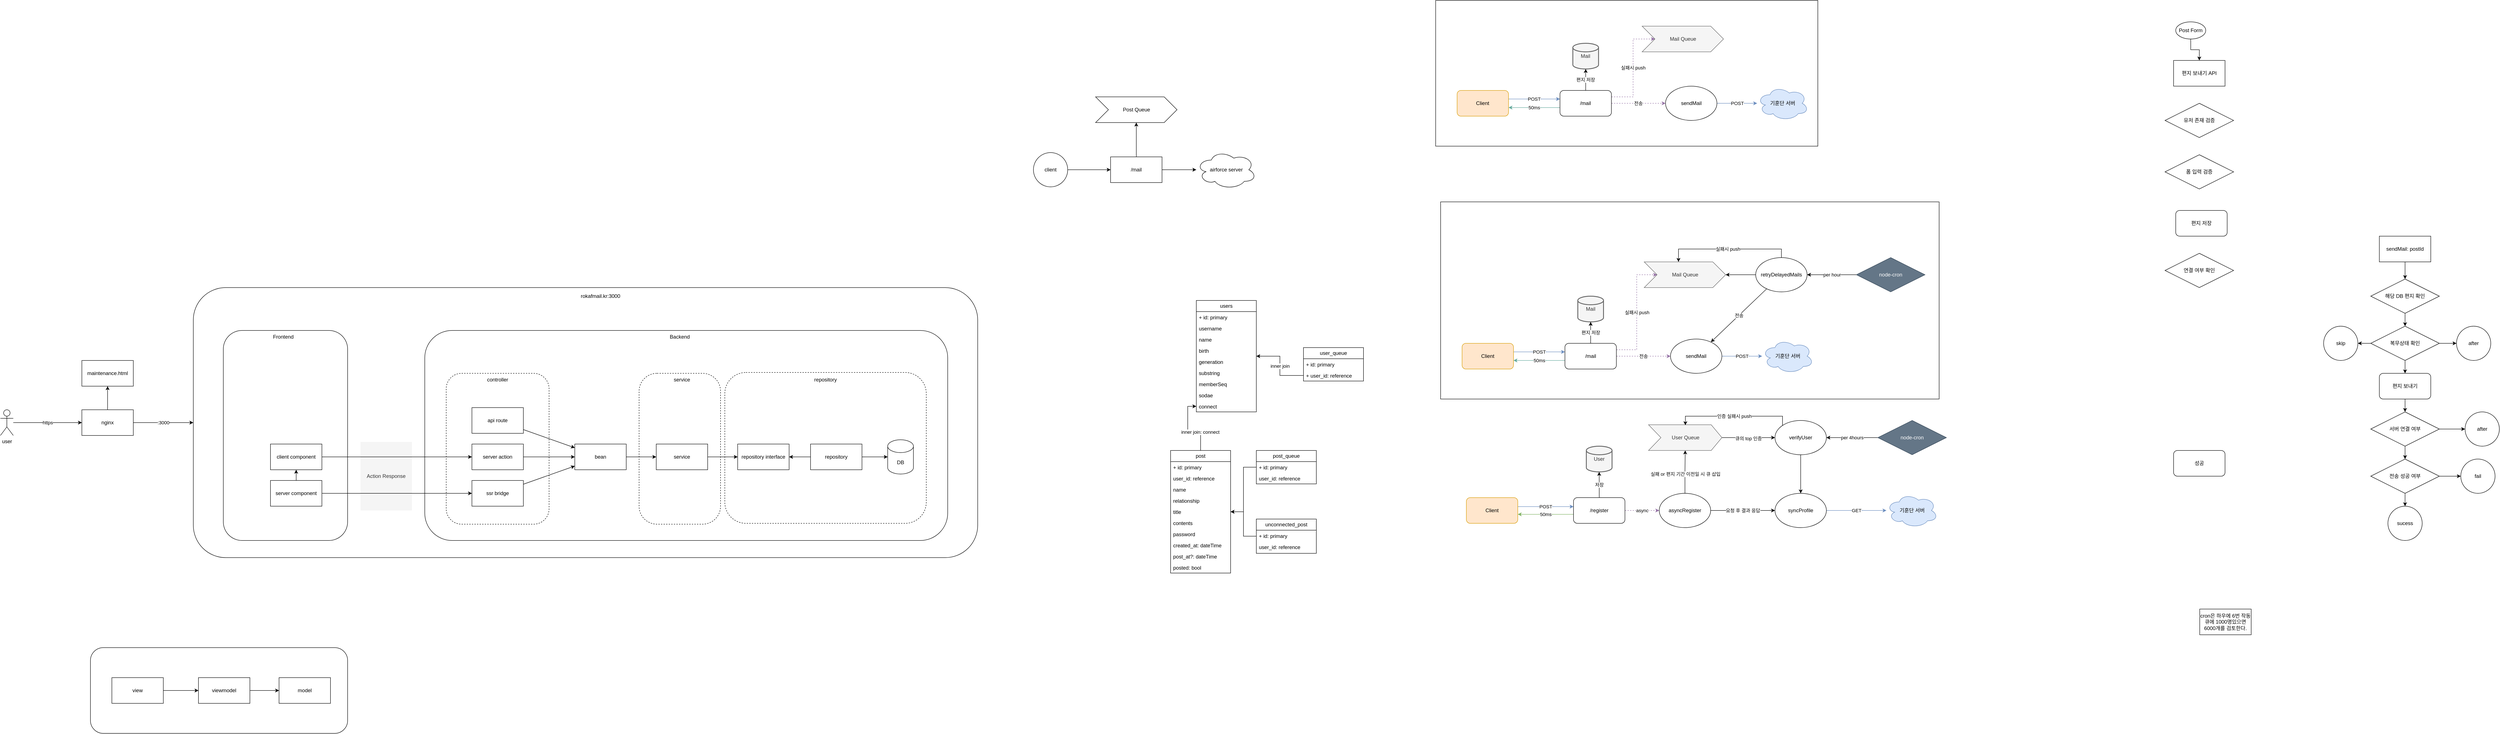
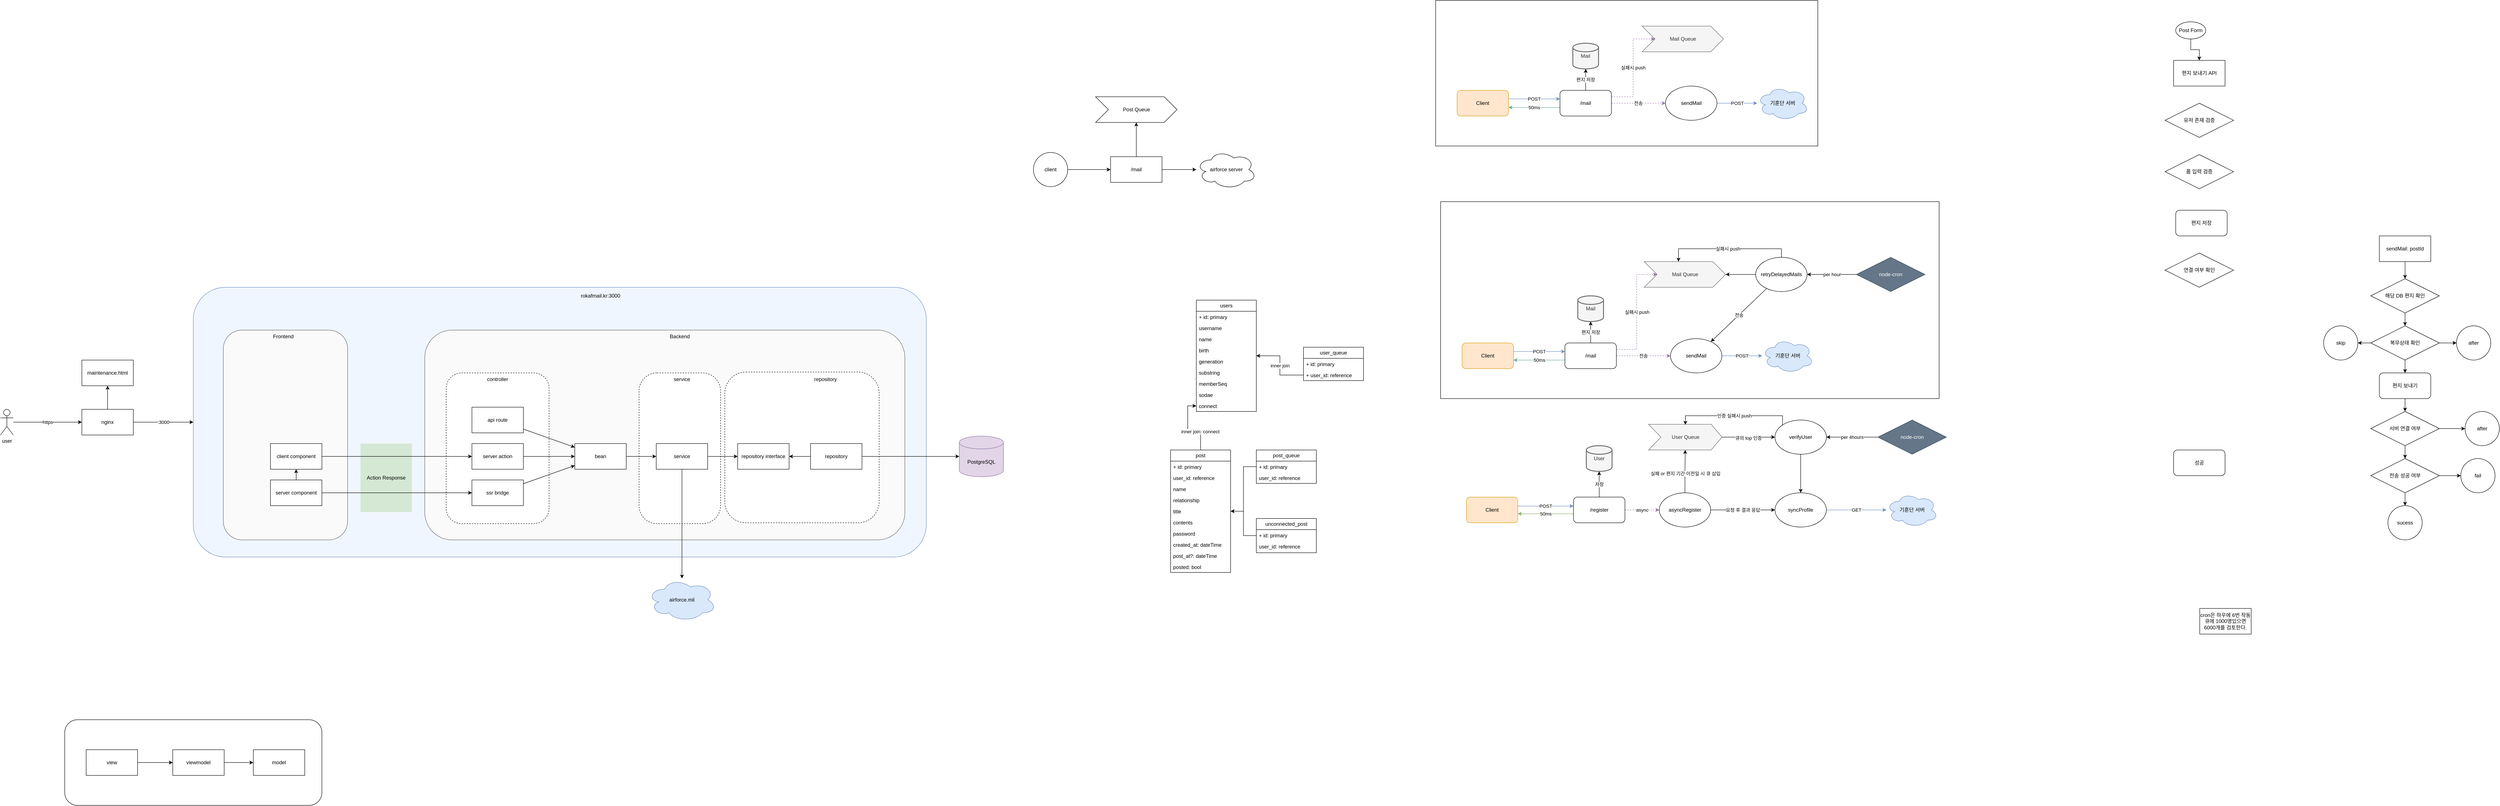
- <mxfile host="app.diagrams.net" modified="2024-07-10T10:42:31.530Z" agent="Mozilla/5.0 (Windows NT 10.0; Win64; x64) AppleWebKit/537.36 (KHTML, like Gecko) Chrome/98.0.4758.102 Safari/537.36" etag="iwthqdEr8a7bAAAJwlnp" version="24.6.4" type="github">
+ <mxfile host="app.diagrams.net" modified="2024-07-10T10:47:14.917Z" agent="Mozilla/5.0 (Windows NT 10.0; Win64; x64) AppleWebKit/537.36 (KHTML, like Gecko) Chrome/98.0.4758.102 Safari/537.36" etag="qN8bUa4Vyy0IgIf4132D" version="24.6.4" type="github">
  <diagram name="페이지-1" id="YYIqQqlZSumYDMB_ZiYN">
-     <mxGraphModel dx="5915" dy="2558" grid="1" gridSize="10" guides="1" tooltips="1" connect="1" arrows="1" fold="1" page="1" pageScale="1" pageWidth="827" pageHeight="1169" math="0" shadow="0">
+     <mxGraphModel dx="5101" dy="2124" grid="1" gridSize="10" guides="1" tooltips="1" connect="1" arrows="1" fold="1" page="1" pageScale="1" pageWidth="827" pageHeight="1169" math="0" shadow="0">
      <root>
        <mxCell id="0" />
        <mxCell id="1" parent="0" />
        <mxCell id="HjyYQR78wkuJb60IUFvB-73" value="" style="rounded=1;whiteSpace=wrap;html=1;arcSize=15;" parent="1" vertex="1">
-           <mxGeometry x="-2440" y="1060" width="600" height="200" as="geometry" />
-         </mxCell>
-         <mxCell id="HjyYQR78wkuJb60IUFvB-56" value="" style="rounded=1;whiteSpace=wrap;html=1;arcSize=12;" parent="1" vertex="1">
-           <mxGeometry x="-2200" y="220" width="1830" height="630" as="geometry" />
-         </mxCell>
-         <mxCell id="HjyYQR78wkuJb60IUFvB-39" value="" style="rounded=1;whiteSpace=wrap;html=1;arcSize=15;" parent="1" vertex="1">
+           <mxGeometry x="-2500" y="1230" width="600" height="200" as="geometry" />
+         </mxCell>
+         <mxCell id="HjyYQR78wkuJb60IUFvB-56" value="" style="rounded=1;whiteSpace=wrap;html=1;arcSize=12;fillColor=#f0f6ff;strokeColor=#6c8ebf;" parent="1" vertex="1">
+           <mxGeometry x="-2200" y="220" width="1710" height="630" as="geometry" />
+         </mxCell>
+         <mxCell id="HjyYQR78wkuJb60IUFvB-39" value="" style="rounded=1;whiteSpace=wrap;html=1;arcSize=15;fillColor=#fafafa;fontColor=#333333;strokeColor=#666666;" parent="1" vertex="1">
          <mxGeometry x="-2130" y="320" width="290" height="490" as="geometry" />
        </mxCell>
-         <mxCell id="HjyYQR78wkuJb60IUFvB-35" value="" style="rounded=1;whiteSpace=wrap;html=1;arcSize=13;" parent="1" vertex="1">
-           <mxGeometry x="-1660" y="320" width="1220" height="490" as="geometry" />
+         <mxCell id="HjyYQR78wkuJb60IUFvB-35" value="" style="rounded=1;whiteSpace=wrap;html=1;arcSize=13;fillColor=#FAFAFA;fontColor=#333333;strokeColor=#666666;" parent="1" vertex="1">
+           <mxGeometry x="-1660" y="320" width="1120" height="490" as="geometry" />
        </mxCell>
        <mxCell id="HjyYQR78wkuJb60IUFvB-37" value="" style="rounded=1;whiteSpace=wrap;html=1;dashed=1;arcSize=22;" parent="1" vertex="1">
          <mxGeometry x="-1160" y="420" width="190" height="352" as="geometry" />
        </mxCell>
        <mxCell id="HjyYQR78wkuJb60IUFvB-32" value="" style="rounded=1;whiteSpace=wrap;html=1;dashed=1;arcSize=14;" parent="1" vertex="1">
-           <mxGeometry x="-960" y="418" width="470" height="352" as="geometry" />
+           <mxGeometry x="-960" y="418" width="360" height="352" as="geometry" />
        </mxCell>
        <mxCell id="HjyYQR78wkuJb60IUFvB-33" value="repository" style="text;html=1;align=center;verticalAlign=middle;whiteSpace=wrap;rounded=0;" parent="1" vertex="1">
          <mxGeometry x="-755" y="420" width="60" height="30" as="geometry" />
        </mxCell>
        <mxCell id="HjyYQR78wkuJb60IUFvB-30" value="" style="rounded=1;whiteSpace=wrap;html=1;dashed=1;" parent="1" vertex="1">
          <mxGeometry x="-1610" y="420" width="240" height="352" as="geometry" />
        </mxCell>
        <mxCell id="cLTC8Ta03XSz9wgc8oL8-10" value="" style="rounded=0;whiteSpace=wrap;html=1;" parent="1" vertex="1">
          <mxGeometry x="710" y="20" width="1163" height="460" as="geometry" />
        </mxCell>
        <mxCell id="AZsRamwOxZUp80OkMe_C-2" value="users" style="swimlane;fontStyle=0;childLayout=stackLayout;horizontal=1;startSize=26;fillColor=none;horizontalStack=0;resizeParent=1;resizeParentMax=0;resizeLast=0;collapsible=1;marginBottom=0;whiteSpace=wrap;html=1;" parent="1" vertex="1">
          <mxGeometry x="140" y="250" width="140" height="260" as="geometry" />
        </mxCell>
        <mxCell id="AZsRamwOxZUp80OkMe_C-3" value="+ id: primary" style="text;strokeColor=none;fillColor=none;align=left;verticalAlign=top;spacingLeft=4;spacingRight=4;overflow=hidden;rotatable=0;points=[[0,0.5],[1,0.5]];portConstraint=eastwest;whiteSpace=wrap;html=1;" parent="AZsRamwOxZUp80OkMe_C-2" vertex="1">
          <mxGeometry y="26" width="140" height="26" as="geometry" />
        </mxCell>
        <mxCell id="AZsRamwOxZUp80OkMe_C-4" value="username" style="text;strokeColor=none;fillColor=none;align=left;verticalAlign=top;spacingLeft=4;spacingRight=4;overflow=hidden;rotatable=0;points=[[0,0.5],[1,0.5]];portConstraint=eastwest;whiteSpace=wrap;html=1;" parent="AZsRamwOxZUp80OkMe_C-2" vertex="1">
          <mxGeometry y="52" width="140" height="26" as="geometry" />
        </mxCell>
        <mxCell id="AZsRamwOxZUp80OkMe_C-5" value="name" style="text;strokeColor=none;fillColor=none;align=left;verticalAlign=top;spacingLeft=4;spacingRight=4;overflow=hidden;rotatable=0;points=[[0,0.5],[1,0.5]];portConstraint=eastwest;whiteSpace=wrap;html=1;" parent="AZsRamwOxZUp80OkMe_C-2" vertex="1">
          <mxGeometry y="78" width="140" height="26" as="geometry" />
        </mxCell>
        <mxCell id="AZsRamwOxZUp80OkMe_C-10" value="birth" style="text;strokeColor=none;fillColor=none;align=left;verticalAlign=top;spacingLeft=4;spacingRight=4;overflow=hidden;rotatable=0;points=[[0,0.5],[1,0.5]];portConstraint=eastwest;whiteSpace=wrap;html=1;" parent="AZsRamwOxZUp80OkMe_C-2" vertex="1">
          <mxGeometry y="104" width="140" height="26" as="geometry" />
        </mxCell>
        <mxCell id="AZsRamwOxZUp80OkMe_C-11" value="generation" style="text;strokeColor=none;fillColor=none;align=left;verticalAlign=top;spacingLeft=4;spacingRight=4;overflow=hidden;rotatable=0;points=[[0,0.5],[1,0.5]];portConstraint=eastwest;whiteSpace=wrap;html=1;" parent="AZsRamwOxZUp80OkMe_C-2" vertex="1">
          <mxGeometry y="130" width="140" height="26" as="geometry" />
        </mxCell>
        <mxCell id="AZsRamwOxZUp80OkMe_C-12" value="substring" style="text;strokeColor=none;fillColor=none;align=left;verticalAlign=top;spacingLeft=4;spacingRight=4;overflow=hidden;rotatable=0;points=[[0,0.5],[1,0.5]];portConstraint=eastwest;whiteSpace=wrap;html=1;" parent="AZsRamwOxZUp80OkMe_C-2" vertex="1">
          <mxGeometry y="156" width="140" height="26" as="geometry" />
        </mxCell>
        <mxCell id="AZsRamwOxZUp80OkMe_C-15" value="memberSeq" style="text;strokeColor=none;fillColor=none;align=left;verticalAlign=top;spacingLeft=4;spacingRight=4;overflow=hidden;rotatable=0;points=[[0,0.5],[1,0.5]];portConstraint=eastwest;whiteSpace=wrap;html=1;" parent="AZsRamwOxZUp80OkMe_C-2" vertex="1">
          <mxGeometry y="182" width="140" height="26" as="geometry" />
        </mxCell>
        <mxCell id="AZsRamwOxZUp80OkMe_C-14" value="sodae" style="text;strokeColor=none;fillColor=none;align=left;verticalAlign=top;spacingLeft=4;spacingRight=4;overflow=hidden;rotatable=0;points=[[0,0.5],[1,0.5]];portConstraint=eastwest;whiteSpace=wrap;html=1;" parent="AZsRamwOxZUp80OkMe_C-2" vertex="1">
          <mxGeometry y="208" width="140" height="26" as="geometry" />
        </mxCell>
        <mxCell id="AZsRamwOxZUp80OkMe_C-16" value="connect" style="text;strokeColor=none;fillColor=none;align=left;verticalAlign=top;spacingLeft=4;spacingRight=4;overflow=hidden;rotatable=0;points=[[0,0.5],[1,0.5]];portConstraint=eastwest;whiteSpace=wrap;html=1;" parent="AZsRamwOxZUp80OkMe_C-2" vertex="1">
          <mxGeometry y="234" width="140" height="26" as="geometry" />
        </mxCell>
        <mxCell id="AZsRamwOxZUp80OkMe_C-6" value="user_queue" style="swimlane;fontStyle=0;childLayout=stackLayout;horizontal=1;startSize=26;fillColor=none;horizontalStack=0;resizeParent=1;resizeParentMax=0;resizeLast=0;collapsible=1;marginBottom=0;whiteSpace=wrap;html=1;" parent="1" vertex="1">
          <mxGeometry x="390" y="360" width="140" height="78" as="geometry" />
        </mxCell>
        <mxCell id="AZsRamwOxZUp80OkMe_C-18" value="+ id: primary" style="text;strokeColor=none;fillColor=none;align=left;verticalAlign=top;spacingLeft=4;spacingRight=4;overflow=hidden;rotatable=0;points=[[0,0.5],[1,0.5]];portConstraint=eastwest;whiteSpace=wrap;html=1;" parent="AZsRamwOxZUp80OkMe_C-6" vertex="1">
          <mxGeometry y="26" width="140" height="26" as="geometry" />
        </mxCell>
        <mxCell id="AZsRamwOxZUp80OkMe_C-7" value="+ user_id: reference" style="text;strokeColor=none;fillColor=none;align=left;verticalAlign=top;spacingLeft=4;spacingRight=4;overflow=hidden;rotatable=0;points=[[0,0.5],[1,0.5]];portConstraint=eastwest;whiteSpace=wrap;html=1;" parent="AZsRamwOxZUp80OkMe_C-6" vertex="1">
          <mxGeometry y="52" width="140" height="26" as="geometry" />
        </mxCell>
        <mxCell id="AZsRamwOxZUp80OkMe_C-19" value="inner join" style="edgeStyle=orthogonalEdgeStyle;rounded=0;orthogonalLoop=1;jettySize=auto;html=1;" parent="1" source="AZsRamwOxZUp80OkMe_C-7" target="AZsRamwOxZUp80OkMe_C-2" edge="1">
          <mxGeometry relative="1" as="geometry" />
        </mxCell>
        <mxCell id="F6sanjwA14LKa2ckui42-2" style="edgeStyle=orthogonalEdgeStyle;rounded=0;orthogonalLoop=1;jettySize=auto;html=1;" parent="1" source="AZsRamwOxZUp80OkMe_C-20" target="AZsRamwOxZUp80OkMe_C-16" edge="1">
          <mxGeometry relative="1" as="geometry" />
        </mxCell>
        <mxCell id="F6sanjwA14LKa2ckui42-3" value="inner join: connect" style="edgeLabel;html=1;align=center;verticalAlign=middle;resizable=0;points=[];" parent="F6sanjwA14LKa2ckui42-2" vertex="1" connectable="0">
          <mxGeometry x="-0.4284" y="1" relative="1" as="geometry">
            <mxPoint as="offset" />
          </mxGeometry>
        </mxCell>
        <mxCell id="AZsRamwOxZUp80OkMe_C-20" value="post" style="swimlane;fontStyle=0;childLayout=stackLayout;horizontal=1;startSize=26;fillColor=none;horizontalStack=0;resizeParent=1;resizeParentMax=0;resizeLast=0;collapsible=1;marginBottom=0;whiteSpace=wrap;html=1;" parent="1" vertex="1">
          <mxGeometry x="80" y="600" width="140" height="286" as="geometry" />
        </mxCell>
        <mxCell id="AZsRamwOxZUp80OkMe_C-21" value="+ id: primary" style="text;strokeColor=none;fillColor=none;align=left;verticalAlign=top;spacingLeft=4;spacingRight=4;overflow=hidden;rotatable=0;points=[[0,0.5],[1,0.5]];portConstraint=eastwest;whiteSpace=wrap;html=1;" parent="AZsRamwOxZUp80OkMe_C-20" vertex="1">
          <mxGeometry y="26" width="140" height="26" as="geometry" />
        </mxCell>
        <mxCell id="AZsRamwOxZUp80OkMe_C-22" value="user_id: reference" style="text;strokeColor=none;fillColor=none;align=left;verticalAlign=top;spacingLeft=4;spacingRight=4;overflow=hidden;rotatable=0;points=[[0,0.5],[1,0.5]];portConstraint=eastwest;whiteSpace=wrap;html=1;" parent="AZsRamwOxZUp80OkMe_C-20" vertex="1">
          <mxGeometry y="52" width="140" height="26" as="geometry" />
        </mxCell>
        <mxCell id="AZsRamwOxZUp80OkMe_C-23" value="name" style="text;strokeColor=none;fillColor=none;align=left;verticalAlign=top;spacingLeft=4;spacingRight=4;overflow=hidden;rotatable=0;points=[[0,0.5],[1,0.5]];portConstraint=eastwest;whiteSpace=wrap;html=1;" parent="AZsRamwOxZUp80OkMe_C-20" vertex="1">
          <mxGeometry y="78" width="140" height="26" as="geometry" />
        </mxCell>
        <mxCell id="AZsRamwOxZUp80OkMe_C-24" value="relationship" style="text;strokeColor=none;fillColor=none;align=left;verticalAlign=top;spacingLeft=4;spacingRight=4;overflow=hidden;rotatable=0;points=[[0,0.5],[1,0.5]];portConstraint=eastwest;whiteSpace=wrap;html=1;" parent="AZsRamwOxZUp80OkMe_C-20" vertex="1">
          <mxGeometry y="104" width="140" height="26" as="geometry" />
        </mxCell>
        <mxCell id="AZsRamwOxZUp80OkMe_C-25" value="title" style="text;strokeColor=none;fillColor=none;align=left;verticalAlign=top;spacingLeft=4;spacingRight=4;overflow=hidden;rotatable=0;points=[[0,0.5],[1,0.5]];portConstraint=eastwest;whiteSpace=wrap;html=1;" parent="AZsRamwOxZUp80OkMe_C-20" vertex="1">
          <mxGeometry y="130" width="140" height="26" as="geometry" />
        </mxCell>
        <mxCell id="AZsRamwOxZUp80OkMe_C-26" value="contents" style="text;strokeColor=none;fillColor=none;align=left;verticalAlign=top;spacingLeft=4;spacingRight=4;overflow=hidden;rotatable=0;points=[[0,0.5],[1,0.5]];portConstraint=eastwest;whiteSpace=wrap;html=1;" parent="AZsRamwOxZUp80OkMe_C-20" vertex="1">
          <mxGeometry y="156" width="140" height="26" as="geometry" />
        </mxCell>
        <mxCell id="AZsRamwOxZUp80OkMe_C-27" value="password" style="text;strokeColor=none;fillColor=none;align=left;verticalAlign=top;spacingLeft=4;spacingRight=4;overflow=hidden;rotatable=0;points=[[0,0.5],[1,0.5]];portConstraint=eastwest;whiteSpace=wrap;html=1;" parent="AZsRamwOxZUp80OkMe_C-20" vertex="1">
          <mxGeometry y="182" width="140" height="26" as="geometry" />
        </mxCell>
        <mxCell id="AZsRamwOxZUp80OkMe_C-28" value="created_at: dateTime" style="text;strokeColor=none;fillColor=none;align=left;verticalAlign=top;spacingLeft=4;spacingRight=4;overflow=hidden;rotatable=0;points=[[0,0.5],[1,0.5]];portConstraint=eastwest;whiteSpace=wrap;html=1;" parent="AZsRamwOxZUp80OkMe_C-20" vertex="1">
          <mxGeometry y="208" width="140" height="26" as="geometry" />
        </mxCell>
        <mxCell id="AZsRamwOxZUp80OkMe_C-41" value="post_at?: dateTime" style="text;strokeColor=none;fillColor=none;align=left;verticalAlign=top;spacingLeft=4;spacingRight=4;overflow=hidden;rotatable=0;points=[[0,0.5],[1,0.5]];portConstraint=eastwest;whiteSpace=wrap;html=1;" parent="AZsRamwOxZUp80OkMe_C-20" vertex="1">
          <mxGeometry y="234" width="140" height="26" as="geometry" />
        </mxCell>
        <mxCell id="AZsRamwOxZUp80OkMe_C-42" value="posted: bool" style="text;strokeColor=none;fillColor=none;align=left;verticalAlign=top;spacingLeft=4;spacingRight=4;overflow=hidden;rotatable=0;points=[[0,0.5],[1,0.5]];portConstraint=eastwest;whiteSpace=wrap;html=1;" parent="AZsRamwOxZUp80OkMe_C-20" vertex="1">
          <mxGeometry y="260" width="140" height="26" as="geometry" />
        </mxCell>
        <mxCell id="F6sanjwA14LKa2ckui42-4" style="edgeStyle=orthogonalEdgeStyle;rounded=0;orthogonalLoop=1;jettySize=auto;html=1;" parent="1" source="AZsRamwOxZUp80OkMe_C-30" target="AZsRamwOxZUp80OkMe_C-20" edge="1">
          <mxGeometry relative="1" as="geometry" />
        </mxCell>
        <mxCell id="AZsRamwOxZUp80OkMe_C-30" value="post_queue" style="swimlane;fontStyle=0;childLayout=stackLayout;horizontal=1;startSize=26;fillColor=none;horizontalStack=0;resizeParent=1;resizeParentMax=0;resizeLast=0;collapsible=1;marginBottom=0;whiteSpace=wrap;html=1;" parent="1" vertex="1">
          <mxGeometry x="280" y="600" width="140" height="78" as="geometry" />
        </mxCell>
        <mxCell id="AZsRamwOxZUp80OkMe_C-31" value="+ id: primary" style="text;strokeColor=none;fillColor=none;align=left;verticalAlign=top;spacingLeft=4;spacingRight=4;overflow=hidden;rotatable=0;points=[[0,0.5],[1,0.5]];portConstraint=eastwest;whiteSpace=wrap;html=1;" parent="AZsRamwOxZUp80OkMe_C-30" vertex="1">
          <mxGeometry y="26" width="140" height="26" as="geometry" />
        </mxCell>
        <mxCell id="AZsRamwOxZUp80OkMe_C-32" value="user_id: reference" style="text;strokeColor=none;fillColor=none;align=left;verticalAlign=top;spacingLeft=4;spacingRight=4;overflow=hidden;rotatable=0;points=[[0,0.5],[1,0.5]];portConstraint=eastwest;whiteSpace=wrap;html=1;" parent="AZsRamwOxZUp80OkMe_C-30" vertex="1">
          <mxGeometry y="52" width="140" height="26" as="geometry" />
        </mxCell>
        <mxCell id="F6sanjwA14LKa2ckui42-5" style="edgeStyle=orthogonalEdgeStyle;rounded=0;orthogonalLoop=1;jettySize=auto;html=1;" parent="1" source="AZsRamwOxZUp80OkMe_C-46" target="AZsRamwOxZUp80OkMe_C-20" edge="1">
          <mxGeometry relative="1" as="geometry" />
        </mxCell>
        <mxCell id="AZsRamwOxZUp80OkMe_C-46" value="unconnected_post" style="swimlane;fontStyle=0;childLayout=stackLayout;horizontal=1;startSize=26;fillColor=none;horizontalStack=0;resizeParent=1;resizeParentMax=0;resizeLast=0;collapsible=1;marginBottom=0;whiteSpace=wrap;html=1;" parent="1" vertex="1">
          <mxGeometry x="280" y="760" width="140" height="80" as="geometry" />
        </mxCell>
        <mxCell id="AZsRamwOxZUp80OkMe_C-47" value="+ id: primary" style="text;strokeColor=none;fillColor=none;align=left;verticalAlign=top;spacingLeft=4;spacingRight=4;overflow=hidden;rotatable=0;points=[[0,0.5],[1,0.5]];portConstraint=eastwest;whiteSpace=wrap;html=1;" parent="AZsRamwOxZUp80OkMe_C-46" vertex="1">
          <mxGeometry y="26" width="140" height="26" as="geometry" />
        </mxCell>
        <mxCell id="AZsRamwOxZUp80OkMe_C-48" value="user_id: reference" style="text;strokeColor=none;fillColor=none;align=left;verticalAlign=top;spacingLeft=4;spacingRight=4;overflow=hidden;rotatable=0;points=[[0,0.5],[1,0.5]];portConstraint=eastwest;whiteSpace=wrap;html=1;" parent="AZsRamwOxZUp80OkMe_C-46" vertex="1">
          <mxGeometry y="52" width="140" height="28" as="geometry" />
        </mxCell>
        <mxCell id="wQPPLxiwdvjhVnuzjJRF-10" value="실패시 push" style="edgeStyle=elbowEdgeStyle;rounded=0;orthogonalLoop=1;jettySize=auto;html=1;fillColor=#e1d5e7;strokeColor=#9673a6;dashed=1;entryX=0;entryY=0.5;entryDx=30;entryDy=0;entryPerimeter=0;exitX=1;exitY=0.25;exitDx=0;exitDy=0;" parent="1" source="TXcI-fBlLuWAS2TPfB02-22" target="TXcI-fBlLuWAS2TPfB02-9" edge="1">
          <mxGeometry relative="1" as="geometry">
            <mxPoint x="1282.5" y="365" as="sourcePoint" />
          </mxGeometry>
        </mxCell>
        <mxCell id="wQPPLxiwdvjhVnuzjJRF-13" value="POST" style="rounded=0;orthogonalLoop=1;jettySize=auto;html=1;startArrow=none;startFill=0;fillColor=#dae8fc;strokeColor=#6c8ebf;" parent="1" source="wQPPLxiwdvjhVnuzjJRF-19" target="TXcI-fBlLuWAS2TPfB02-2" edge="1">
          <mxGeometry relative="1" as="geometry" />
        </mxCell>
        <mxCell id="TXcI-fBlLuWAS2TPfB02-2" value="기훈단 서버" style="ellipse;shape=cloud;whiteSpace=wrap;html=1;fillColor=#dae8fc;strokeColor=#6c8ebf;" parent="1" vertex="1">
          <mxGeometry x="1460" y="340" width="120" height="80" as="geometry" />
        </mxCell>
        <mxCell id="TXcI-fBlLuWAS2TPfB02-11" value="" style="edgeStyle=orthogonalEdgeStyle;rounded=0;orthogonalLoop=1;jettySize=auto;html=1;" parent="1" source="wQPPLxiwdvjhVnuzjJRF-23" target="TXcI-fBlLuWAS2TPfB02-9" edge="1">
          <mxGeometry relative="1" as="geometry">
            <mxPoint x="1449.9099999999999" y="220" as="targetPoint" />
            <Array as="points" />
          </mxGeometry>
        </mxCell>
        <mxCell id="TXcI-fBlLuWAS2TPfB02-9" value="Mail Queue" style="html=1;shadow=0;dashed=0;align=center;verticalAlign=middle;shape=mxgraph.arrows2.arrow;dy=0;dx=30;notch=30;fillColor=#f5f5f5;fontColor=#333333;strokeColor=#666666;" parent="1" vertex="1">
          <mxGeometry x="1184.91" y="160" width="190" height="60" as="geometry" />
        </mxCell>
        <mxCell id="TXcI-fBlLuWAS2TPfB02-21" value="POST" style="edgeStyle=orthogonalEdgeStyle;rounded=0;orthogonalLoop=1;jettySize=auto;html=1;fillColor=#dae8fc;strokeColor=#6c8ebf;" parent="1" source="TXcI-fBlLuWAS2TPfB02-19" target="TXcI-fBlLuWAS2TPfB02-22" edge="1">
          <mxGeometry relative="1" as="geometry">
            <mxPoint x="970" y="380" as="targetPoint" />
            <Array as="points">
              <mxPoint x="960" y="370" />
              <mxPoint x="960" y="370" />
            </Array>
          </mxGeometry>
        </mxCell>
        <mxCell id="TXcI-fBlLuWAS2TPfB02-19" value="Client" style="rounded=1;whiteSpace=wrap;html=1;fillColor=#ffe6cc;strokeColor=#d79b00;" parent="1" vertex="1">
          <mxGeometry x="760" y="350" width="120" height="60" as="geometry" />
        </mxCell>
        <mxCell id="TXcI-fBlLuWAS2TPfB02-20" value="Mail" style="strokeWidth=2;html=1;shape=mxgraph.flowchart.database;whiteSpace=wrap;fillColor=#f5f5f5;fontColor=#333333;strokeColor=#666666;" parent="1" vertex="1">
          <mxGeometry x="1030" y="240" width="60" height="60" as="geometry" />
        </mxCell>
        <mxCell id="TXcI-fBlLuWAS2TPfB02-23" value="편지 저장" style="edgeStyle=orthogonalEdgeStyle;rounded=0;orthogonalLoop=1;jettySize=auto;html=1;" parent="1" source="TXcI-fBlLuWAS2TPfB02-22" target="TXcI-fBlLuWAS2TPfB02-20" edge="1">
          <mxGeometry relative="1" as="geometry" />
        </mxCell>
        <mxCell id="TXcI-fBlLuWAS2TPfB02-24" value="전송" style="edgeStyle=orthogonalEdgeStyle;rounded=0;orthogonalLoop=1;jettySize=auto;html=1;dashed=1;fillColor=#e1d5e7;strokeColor=#9673a6;" parent="1" source="TXcI-fBlLuWAS2TPfB02-22" target="wQPPLxiwdvjhVnuzjJRF-19" edge="1">
          <mxGeometry relative="1" as="geometry">
            <mxPoint x="1260" y="380" as="targetPoint" />
          </mxGeometry>
        </mxCell>
        <mxCell id="TXcI-fBlLuWAS2TPfB02-26" value="50ms" style="edgeStyle=orthogonalEdgeStyle;rounded=0;orthogonalLoop=1;jettySize=auto;html=1;strokeColor=#67AB9F;" parent="1" source="TXcI-fBlLuWAS2TPfB02-22" target="TXcI-fBlLuWAS2TPfB02-19" edge="1">
          <mxGeometry relative="1" as="geometry">
            <Array as="points">
              <mxPoint x="960" y="390" />
              <mxPoint x="960" y="390" />
            </Array>
          </mxGeometry>
        </mxCell>
        <mxCell id="TXcI-fBlLuWAS2TPfB02-22" value="/mail" style="rounded=1;whiteSpace=wrap;html=1;" parent="1" vertex="1">
          <mxGeometry x="1000" y="350" width="120" height="60" as="geometry" />
        </mxCell>
        <mxCell id="wQPPLxiwdvjhVnuzjJRF-21" value="per hour" style="rounded=0;orthogonalLoop=1;jettySize=auto;html=1;edgeStyle=orthogonalEdgeStyle;" parent="1" source="TXcI-fBlLuWAS2TPfB02-27" target="wQPPLxiwdvjhVnuzjJRF-23" edge="1">
          <mxGeometry relative="1" as="geometry" />
        </mxCell>
        <mxCell id="TXcI-fBlLuWAS2TPfB02-27" value="node-cron" style="rhombus;whiteSpace=wrap;html=1;fillColor=#647687;fontColor=#ffffff;strokeColor=#314354;" parent="1" vertex="1">
          <mxGeometry x="1680" y="150" width="160" height="80" as="geometry" />
        </mxCell>
        <mxCell id="u-H9VCNATk9NBnKGN-eY-5" value="POST" style="edgeStyle=orthogonalEdgeStyle;rounded=0;orthogonalLoop=1;jettySize=auto;html=1;fillColor=#dae8fc;strokeColor=#6c8ebf;" parent="1" edge="1">
          <mxGeometry relative="1" as="geometry">
            <mxPoint x="890" y="731" as="sourcePoint" />
            <mxPoint x="1020" y="731" as="targetPoint" />
          </mxGeometry>
        </mxCell>
        <mxCell id="TXcI-fBlLuWAS2TPfB02-53" value="Client" style="rounded=1;whiteSpace=wrap;html=1;fillColor=#ffe6cc;strokeColor=#d79b00;" parent="1" vertex="1">
          <mxGeometry x="770.0000000000001" y="710" width="120" height="60" as="geometry" />
        </mxCell>
        <mxCell id="TXcI-fBlLuWAS2TPfB02-57" value="async" style="edgeStyle=orthogonalEdgeStyle;rounded=0;orthogonalLoop=1;jettySize=auto;html=1;dashed=1;fillColor=#e1d5e7;strokeColor=#9673a6;" parent="1" source="TXcI-fBlLuWAS2TPfB02-54" target="TXcI-fBlLuWAS2TPfB02-56" edge="1">
          <mxGeometry relative="1" as="geometry" />
        </mxCell>
        <mxCell id="TXcI-fBlLuWAS2TPfB02-59" value="50ms" style="edgeStyle=orthogonalEdgeStyle;rounded=0;orthogonalLoop=1;jettySize=auto;html=1;fillColor=#d5e8d4;strokeColor=#82b366;" parent="1" edge="1">
          <mxGeometry relative="1" as="geometry">
            <mxPoint x="1020" y="749" as="sourcePoint" />
            <mxPoint x="890" y="749" as="targetPoint" />
          </mxGeometry>
        </mxCell>
        <mxCell id="TXcI-fBlLuWAS2TPfB02-65" value="저장" style="edgeStyle=orthogonalEdgeStyle;rounded=0;orthogonalLoop=1;jettySize=auto;html=1;" parent="1" source="TXcI-fBlLuWAS2TPfB02-54" target="TXcI-fBlLuWAS2TPfB02-64" edge="1">
          <mxGeometry relative="1" as="geometry" />
        </mxCell>
        <mxCell id="TXcI-fBlLuWAS2TPfB02-54" value="/register" style="rounded=1;whiteSpace=wrap;html=1;" parent="1" vertex="1">
          <mxGeometry x="1020" y="710" width="120" height="60" as="geometry" />
        </mxCell>
        <mxCell id="TXcI-fBlLuWAS2TPfB02-69" style="edgeStyle=orthogonalEdgeStyle;rounded=0;orthogonalLoop=1;jettySize=auto;html=1;" parent="1" source="TXcI-fBlLuWAS2TPfB02-56" target="TXcI-fBlLuWAS2TPfB02-61" edge="1">
          <mxGeometry relative="1" as="geometry" />
        </mxCell>
        <mxCell id="y1SOeucjYuMJN-nhCAUV-7" value="실패 or 편지 기간 이전일 시 큐 삽입" style="edgeLabel;html=1;align=center;verticalAlign=middle;resizable=0;points=[];" parent="TXcI-fBlLuWAS2TPfB02-69" vertex="1" connectable="0">
          <mxGeometry x="-0.1037" y="-1" relative="1" as="geometry">
            <mxPoint as="offset" />
          </mxGeometry>
        </mxCell>
        <mxCell id="K3UKubzrvV4H-gYz2n_W-7" value="요청 후 결과 응답" style="edgeStyle=orthogonalEdgeStyle;rounded=0;orthogonalLoop=1;jettySize=auto;html=1;" parent="1" source="TXcI-fBlLuWAS2TPfB02-56" target="K3UKubzrvV4H-gYz2n_W-2" edge="1">
          <mxGeometry relative="1" as="geometry" />
        </mxCell>
        <mxCell id="TXcI-fBlLuWAS2TPfB02-56" value="asyncRegister" style="ellipse;whiteSpace=wrap;html=1;" parent="1" vertex="1">
          <mxGeometry x="1220" y="700" width="120" height="80" as="geometry" />
        </mxCell>
        <mxCell id="TXcI-fBlLuWAS2TPfB02-71" style="edgeStyle=orthogonalEdgeStyle;rounded=0;orthogonalLoop=1;jettySize=auto;html=1;" parent="1" source="TXcI-fBlLuWAS2TPfB02-61" target="K3UKubzrvV4H-gYz2n_W-4" edge="1">
          <mxGeometry relative="1" as="geometry">
            <mxPoint x="1440" y="610" as="targetPoint" />
          </mxGeometry>
        </mxCell>
        <mxCell id="y1SOeucjYuMJN-nhCAUV-8" value="큐의 top 인증" style="edgeLabel;html=1;align=center;verticalAlign=middle;resizable=0;points=[];" parent="TXcI-fBlLuWAS2TPfB02-71" vertex="1" connectable="0">
          <mxGeometry x="-0.0036" y="-2" relative="1" as="geometry">
            <mxPoint as="offset" />
          </mxGeometry>
        </mxCell>
        <mxCell id="TXcI-fBlLuWAS2TPfB02-61" value="User Queue" style="html=1;shadow=0;dashed=0;align=center;verticalAlign=middle;shape=mxgraph.arrows2.arrow;dy=0;dx=25;notch=29;fillColor=#f5f5f5;fontColor=#333333;strokeColor=#666666;" parent="1" vertex="1">
          <mxGeometry x="1195" y="540" width="171.25" height="60" as="geometry" />
        </mxCell>
        <mxCell id="TXcI-fBlLuWAS2TPfB02-64" value="User" style="strokeWidth=2;html=1;shape=mxgraph.flowchart.database;whiteSpace=wrap;fillColor=#f5f5f5;fontColor=#333333;strokeColor=#666666;" parent="1" vertex="1">
          <mxGeometry x="1049.91" y="590" width="60" height="60" as="geometry" />
        </mxCell>
        <mxCell id="TXcI-fBlLuWAS2TPfB02-66" value="기훈단 서버" style="ellipse;shape=cloud;whiteSpace=wrap;html=1;fillColor=#dae8fc;strokeColor=#6c8ebf;" parent="1" vertex="1">
          <mxGeometry x="1750" y="700" width="120" height="80" as="geometry" />
        </mxCell>
        <mxCell id="TXcI-fBlLuWAS2TPfB02-81" value="cron은 하우에 6번 작동&lt;div&gt;큐에 1000명있으면&lt;/div&gt;&lt;div&gt;6000개를 검토한다.&lt;/div&gt;" style="whiteSpace=wrap;html=1;" parent="1" vertex="1">
          <mxGeometry x="2481" y="970" width="120" height="60" as="geometry" />
        </mxCell>
        <mxCell id="6U6_2w2MqQ0kD7e6yzDg-1" value="편지 보내기 API" style="rounded=0;whiteSpace=wrap;html=1;" parent="1" vertex="1">
          <mxGeometry x="2420" y="-310" width="120" height="60" as="geometry" />
        </mxCell>
        <mxCell id="6U6_2w2MqQ0kD7e6yzDg-3" style="edgeStyle=orthogonalEdgeStyle;rounded=0;orthogonalLoop=1;jettySize=auto;html=1;" parent="1" source="6U6_2w2MqQ0kD7e6yzDg-2" target="6U6_2w2MqQ0kD7e6yzDg-1" edge="1">
          <mxGeometry relative="1" as="geometry" />
        </mxCell>
        <mxCell id="6U6_2w2MqQ0kD7e6yzDg-2" value="Post Form" style="ellipse;whiteSpace=wrap;html=1;" parent="1" vertex="1">
          <mxGeometry x="2425" y="-400" width="70" height="40" as="geometry" />
        </mxCell>
        <mxCell id="6U6_2w2MqQ0kD7e6yzDg-4" value="유저 존재 검증" style="rhombus;whiteSpace=wrap;html=1;" parent="1" vertex="1">
          <mxGeometry x="2400" y="-210" width="160" height="80" as="geometry" />
        </mxCell>
        <mxCell id="6U6_2w2MqQ0kD7e6yzDg-5" value="폼 입력 검증" style="rhombus;whiteSpace=wrap;html=1;" parent="1" vertex="1">
          <mxGeometry x="2400" y="-90" width="160" height="80" as="geometry" />
        </mxCell>
        <mxCell id="6U6_2w2MqQ0kD7e6yzDg-6" value="편지 저장" style="rounded=1;whiteSpace=wrap;html=1;" parent="1" vertex="1">
          <mxGeometry x="2425" y="40" width="120" height="60" as="geometry" />
        </mxCell>
        <mxCell id="6U6_2w2MqQ0kD7e6yzDg-7" value="연결 여부 확인" style="rhombus;whiteSpace=wrap;html=1;" parent="1" vertex="1">
          <mxGeometry x="2400" y="140" width="160" height="80" as="geometry" />
        </mxCell>
        <mxCell id="6U6_2w2MqQ0kD7e6yzDg-30" style="edgeStyle=orthogonalEdgeStyle;rounded=0;orthogonalLoop=1;jettySize=auto;html=1;" parent="1" source="6U6_2w2MqQ0kD7e6yzDg-10" target="6U6_2w2MqQ0kD7e6yzDg-40" edge="1">
          <mxGeometry relative="1" as="geometry">
            <mxPoint x="2960" y="410" as="targetPoint" />
            <Array as="points" />
          </mxGeometry>
        </mxCell>
        <mxCell id="6U6_2w2MqQ0kD7e6yzDg-31" style="edgeStyle=orthogonalEdgeStyle;rounded=0;orthogonalLoop=1;jettySize=auto;html=1;" parent="1" source="6U6_2w2MqQ0kD7e6yzDg-10" target="6U6_2w2MqQ0kD7e6yzDg-22" edge="1">
          <mxGeometry relative="1" as="geometry" />
        </mxCell>
        <mxCell id="6U6_2w2MqQ0kD7e6yzDg-33" style="edgeStyle=orthogonalEdgeStyle;rounded=0;orthogonalLoop=1;jettySize=auto;html=1;" parent="1" source="6U6_2w2MqQ0kD7e6yzDg-10" target="6U6_2w2MqQ0kD7e6yzDg-32" edge="1">
          <mxGeometry relative="1" as="geometry" />
        </mxCell>
        <mxCell id="6U6_2w2MqQ0kD7e6yzDg-10" value="복무상태 확인" style="rhombus;whiteSpace=wrap;html=1;" parent="1" vertex="1">
          <mxGeometry x="2880" y="310" width="160" height="80" as="geometry" />
        </mxCell>
        <mxCell id="6U6_2w2MqQ0kD7e6yzDg-35" style="edgeStyle=orthogonalEdgeStyle;rounded=0;orthogonalLoop=1;jettySize=auto;html=1;" parent="1" source="6U6_2w2MqQ0kD7e6yzDg-11" target="6U6_2w2MqQ0kD7e6yzDg-34" edge="1">
          <mxGeometry relative="1" as="geometry" />
        </mxCell>
        <mxCell id="6U6_2w2MqQ0kD7e6yzDg-39" style="edgeStyle=orthogonalEdgeStyle;rounded=0;orthogonalLoop=1;jettySize=auto;html=1;" parent="1" source="6U6_2w2MqQ0kD7e6yzDg-11" target="6U6_2w2MqQ0kD7e6yzDg-36" edge="1">
          <mxGeometry relative="1" as="geometry" />
        </mxCell>
        <mxCell id="6U6_2w2MqQ0kD7e6yzDg-11" value="서버 연결 여부" style="rhombus;whiteSpace=wrap;html=1;" parent="1" vertex="1">
          <mxGeometry x="2880" y="510" width="160" height="80" as="geometry" />
        </mxCell>
        <mxCell id="6U6_2w2MqQ0kD7e6yzDg-12" value="성공" style="rounded=1;whiteSpace=wrap;html=1;" parent="1" vertex="1">
          <mxGeometry x="2420" y="600" width="120" height="60" as="geometry" />
        </mxCell>
        <mxCell id="6U6_2w2MqQ0kD7e6yzDg-16" style="edgeStyle=orthogonalEdgeStyle;rounded=0;orthogonalLoop=1;jettySize=auto;html=1;" parent="1" source="6U6_2w2MqQ0kD7e6yzDg-13" target="6U6_2w2MqQ0kD7e6yzDg-15" edge="1">
          <mxGeometry relative="1" as="geometry" />
        </mxCell>
        <mxCell id="6U6_2w2MqQ0kD7e6yzDg-13" value="sendMail: postId" style="rounded=0;whiteSpace=wrap;html=1;" parent="1" vertex="1">
          <mxGeometry x="2900" y="100" width="120" height="60" as="geometry" />
        </mxCell>
        <mxCell id="6U6_2w2MqQ0kD7e6yzDg-17" style="edgeStyle=orthogonalEdgeStyle;rounded=0;orthogonalLoop=1;jettySize=auto;html=1;" parent="1" source="6U6_2w2MqQ0kD7e6yzDg-15" target="6U6_2w2MqQ0kD7e6yzDg-10" edge="1">
          <mxGeometry relative="1" as="geometry" />
        </mxCell>
        <mxCell id="6U6_2w2MqQ0kD7e6yzDg-15" value="해당 DB 편지 확인" style="rhombus;whiteSpace=wrap;html=1;" parent="1" vertex="1">
          <mxGeometry x="2880" y="200" width="160" height="80" as="geometry" />
        </mxCell>
        <mxCell id="6U6_2w2MqQ0kD7e6yzDg-22" value="after" style="ellipse;whiteSpace=wrap;html=1;aspect=fixed;" parent="1" vertex="1">
          <mxGeometry x="3080" y="310" width="80" height="80" as="geometry" />
        </mxCell>
        <mxCell id="6U6_2w2MqQ0kD7e6yzDg-23" value="sucess" style="ellipse;whiteSpace=wrap;html=1;aspect=fixed;" parent="1" vertex="1">
          <mxGeometry x="2920" y="730" width="80" height="80" as="geometry" />
        </mxCell>
        <mxCell id="6U6_2w2MqQ0kD7e6yzDg-25" value="fail" style="ellipse;whiteSpace=wrap;html=1;aspect=fixed;" parent="1" vertex="1">
          <mxGeometry x="3090" y="620" width="80" height="80" as="geometry" />
        </mxCell>
        <mxCell id="6U6_2w2MqQ0kD7e6yzDg-32" value="skip" style="ellipse;whiteSpace=wrap;html=1;aspect=fixed;" parent="1" vertex="1">
          <mxGeometry x="2770" y="310" width="80" height="80" as="geometry" />
        </mxCell>
        <mxCell id="6U6_2w2MqQ0kD7e6yzDg-34" value="after" style="ellipse;whiteSpace=wrap;html=1;aspect=fixed;" parent="1" vertex="1">
          <mxGeometry x="3100" y="510" width="80" height="80" as="geometry" />
        </mxCell>
        <mxCell id="6U6_2w2MqQ0kD7e6yzDg-37" style="edgeStyle=orthogonalEdgeStyle;rounded=0;orthogonalLoop=1;jettySize=auto;html=1;" parent="1" source="6U6_2w2MqQ0kD7e6yzDg-36" target="6U6_2w2MqQ0kD7e6yzDg-25" edge="1">
          <mxGeometry relative="1" as="geometry" />
        </mxCell>
        <mxCell id="6U6_2w2MqQ0kD7e6yzDg-38" style="edgeStyle=orthogonalEdgeStyle;rounded=0;orthogonalLoop=1;jettySize=auto;html=1;" parent="1" source="6U6_2w2MqQ0kD7e6yzDg-36" target="6U6_2w2MqQ0kD7e6yzDg-23" edge="1">
          <mxGeometry relative="1" as="geometry" />
        </mxCell>
        <mxCell id="6U6_2w2MqQ0kD7e6yzDg-36" value="전송 성공 여부" style="rhombus;whiteSpace=wrap;html=1;" parent="1" vertex="1">
          <mxGeometry x="2880" y="620" width="160" height="80" as="geometry" />
        </mxCell>
        <mxCell id="6U6_2w2MqQ0kD7e6yzDg-42" style="edgeStyle=orthogonalEdgeStyle;rounded=0;orthogonalLoop=1;jettySize=auto;html=1;" parent="1" source="6U6_2w2MqQ0kD7e6yzDg-40" target="6U6_2w2MqQ0kD7e6yzDg-11" edge="1">
          <mxGeometry relative="1" as="geometry" />
        </mxCell>
        <mxCell id="6U6_2w2MqQ0kD7e6yzDg-40" value="편지 보내기" style="rounded=1;whiteSpace=wrap;html=1;" parent="1" vertex="1">
          <mxGeometry x="2900" y="420" width="120" height="60" as="geometry" />
        </mxCell>
        <mxCell id="wQPPLxiwdvjhVnuzjJRF-7" style="edgeStyle=orthogonalEdgeStyle;rounded=0;orthogonalLoop=1;jettySize=auto;html=1;" parent="1" source="wQPPLxiwdvjhVnuzjJRF-2" target="wQPPLxiwdvjhVnuzjJRF-6" edge="1">
          <mxGeometry relative="1" as="geometry" />
        </mxCell>
        <mxCell id="wQPPLxiwdvjhVnuzjJRF-9" style="edgeStyle=orthogonalEdgeStyle;rounded=0;orthogonalLoop=1;jettySize=auto;html=1;" parent="1" source="wQPPLxiwdvjhVnuzjJRF-2" target="wQPPLxiwdvjhVnuzjJRF-8" edge="1">
          <mxGeometry relative="1" as="geometry" />
        </mxCell>
        <mxCell id="wQPPLxiwdvjhVnuzjJRF-2" value="/mail" style="rounded=0;whiteSpace=wrap;html=1;" parent="1" vertex="1">
          <mxGeometry x="-60" y="-85" width="120" height="60" as="geometry" />
        </mxCell>
        <mxCell id="wQPPLxiwdvjhVnuzjJRF-5" style="edgeStyle=orthogonalEdgeStyle;rounded=0;orthogonalLoop=1;jettySize=auto;html=1;" parent="1" source="wQPPLxiwdvjhVnuzjJRF-4" target="wQPPLxiwdvjhVnuzjJRF-2" edge="1">
          <mxGeometry relative="1" as="geometry" />
        </mxCell>
        <mxCell id="wQPPLxiwdvjhVnuzjJRF-4" value="client" style="ellipse;whiteSpace=wrap;html=1;aspect=fixed;" parent="1" vertex="1">
          <mxGeometry x="-240" y="-95" width="80" height="80" as="geometry" />
        </mxCell>
        <mxCell id="wQPPLxiwdvjhVnuzjJRF-6" value="Post Queue" style="html=1;shadow=0;dashed=0;align=center;verticalAlign=middle;shape=mxgraph.arrows2.arrow;dy=0;dx=30;notch=30;" parent="1" vertex="1">
          <mxGeometry x="-95" y="-225" width="190" height="60" as="geometry" />
        </mxCell>
        <mxCell id="wQPPLxiwdvjhVnuzjJRF-8" value="airforce server" style="ellipse;shape=cloud;whiteSpace=wrap;html=1;" parent="1" vertex="1">
          <mxGeometry x="140" y="-100" width="140" height="90" as="geometry" />
        </mxCell>
        <mxCell id="wQPPLxiwdvjhVnuzjJRF-19" value="sendMail" style="ellipse;whiteSpace=wrap;html=1;" parent="1" vertex="1">
          <mxGeometry x="1246.25" y="340" width="120" height="80" as="geometry" />
        </mxCell>
        <mxCell id="wQPPLxiwdvjhVnuzjJRF-24" value="전송" style="rounded=0;orthogonalLoop=1;jettySize=auto;html=1;" parent="1" source="wQPPLxiwdvjhVnuzjJRF-23" target="wQPPLxiwdvjhVnuzjJRF-19" edge="1">
          <mxGeometry relative="1" as="geometry" />
        </mxCell>
        <mxCell id="cLTC8Ta03XSz9wgc8oL8-4" value="실패시 push" style="edgeStyle=orthogonalEdgeStyle;rounded=0;orthogonalLoop=1;jettySize=auto;html=1;entryX=0;entryY=0;entryDx=80;entryDy=0;entryPerimeter=0;exitX=0.5;exitY=0;exitDx=0;exitDy=0;" parent="1" source="wQPPLxiwdvjhVnuzjJRF-23" target="TXcI-fBlLuWAS2TPfB02-9" edge="1">
          <mxGeometry relative="1" as="geometry" />
        </mxCell>
        <mxCell id="wQPPLxiwdvjhVnuzjJRF-23" value="retryDelayedMails" style="ellipse;whiteSpace=wrap;html=1;" parent="1" vertex="1">
          <mxGeometry x="1445" y="150" width="120" height="80" as="geometry" />
        </mxCell>
        <mxCell id="K3UKubzrvV4H-gYz2n_W-5" value="per 4hours" style="edgeStyle=orthogonalEdgeStyle;rounded=0;orthogonalLoop=1;jettySize=auto;html=1;" parent="1" source="K3UKubzrvV4H-gYz2n_W-1" target="K3UKubzrvV4H-gYz2n_W-4" edge="1">
          <mxGeometry relative="1" as="geometry" />
        </mxCell>
        <mxCell id="K3UKubzrvV4H-gYz2n_W-1" value="node-cron" style="rhombus;whiteSpace=wrap;html=1;fillColor=#647687;fontColor=#ffffff;strokeColor=#314354;" parent="1" vertex="1">
          <mxGeometry x="1730" y="530" width="160" height="80" as="geometry" />
        </mxCell>
        <mxCell id="K3UKubzrvV4H-gYz2n_W-3" value="GET" style="edgeStyle=orthogonalEdgeStyle;rounded=0;orthogonalLoop=1;jettySize=auto;html=1;fillColor=#dae8fc;strokeColor=#6c8ebf;" parent="1" source="K3UKubzrvV4H-gYz2n_W-2" target="TXcI-fBlLuWAS2TPfB02-66" edge="1">
          <mxGeometry relative="1" as="geometry" />
        </mxCell>
        <mxCell id="K3UKubzrvV4H-gYz2n_W-2" value="syncProfile" style="ellipse;whiteSpace=wrap;html=1;" parent="1" vertex="1">
          <mxGeometry x="1490" y="700" width="120" height="80" as="geometry" />
        </mxCell>
        <mxCell id="K3UKubzrvV4H-gYz2n_W-6" style="edgeStyle=orthogonalEdgeStyle;rounded=0;orthogonalLoop=1;jettySize=auto;html=1;" parent="1" source="K3UKubzrvV4H-gYz2n_W-4" target="K3UKubzrvV4H-gYz2n_W-2" edge="1">
          <mxGeometry relative="1" as="geometry" />
        </mxCell>
        <mxCell id="K3UKubzrvV4H-gYz2n_W-8" value="인증 실패시 push" style="edgeStyle=orthogonalEdgeStyle;rounded=0;orthogonalLoop=1;jettySize=auto;html=1;exitX=0;exitY=0;exitDx=0;exitDy=0;entryX=0.502;entryY=0.017;entryDx=0;entryDy=0;entryPerimeter=0;" parent="1" source="K3UKubzrvV4H-gYz2n_W-4" target="TXcI-fBlLuWAS2TPfB02-61" edge="1">
          <mxGeometry relative="1" as="geometry">
            <mxPoint x="1300" y="480" as="targetPoint" />
            <Array as="points">
              <mxPoint x="1508" y="520" />
              <mxPoint x="1281" y="520" />
            </Array>
          </mxGeometry>
        </mxCell>
        <mxCell id="K3UKubzrvV4H-gYz2n_W-4" value="verifyUser" style="ellipse;whiteSpace=wrap;html=1;" parent="1" vertex="1">
          <mxGeometry x="1490" y="530" width="120" height="80" as="geometry" />
        </mxCell>
        <mxCell id="cLTC8Ta03XSz9wgc8oL8-30" value="" style="group" parent="1" vertex="1" connectable="0">
          <mxGeometry x="698.41" y="-450" width="891.59" height="340" as="geometry" />
        </mxCell>
        <mxCell id="cLTC8Ta03XSz9wgc8oL8-11" value="" style="rounded=0;whiteSpace=wrap;html=1;" parent="cLTC8Ta03XSz9wgc8oL8-30" vertex="1">
          <mxGeometry width="891.59" height="340" as="geometry" />
        </mxCell>
        <mxCell id="cLTC8Ta03XSz9wgc8oL8-12" value="실패시 push" style="edgeStyle=elbowEdgeStyle;rounded=0;orthogonalLoop=1;jettySize=auto;html=1;fillColor=#e1d5e7;strokeColor=#9673a6;dashed=1;entryX=0;entryY=0.5;entryDx=30;entryDy=0;entryPerimeter=0;exitX=1;exitY=0.25;exitDx=0;exitDy=0;" parent="cLTC8Ta03XSz9wgc8oL8-30" source="cLTC8Ta03XSz9wgc8oL8-23" target="cLTC8Ta03XSz9wgc8oL8-16" edge="1">
          <mxGeometry relative="1" as="geometry">
            <mxPoint x="572.5000000000001" y="225" as="sourcePoint" />
          </mxGeometry>
        </mxCell>
        <mxCell id="cLTC8Ta03XSz9wgc8oL8-13" value="POST" style="rounded=0;orthogonalLoop=1;jettySize=auto;html=1;startArrow=none;startFill=0;fillColor=#dae8fc;strokeColor=#6c8ebf;" parent="cLTC8Ta03XSz9wgc8oL8-30" source="cLTC8Ta03XSz9wgc8oL8-26" target="cLTC8Ta03XSz9wgc8oL8-14" edge="1">
          <mxGeometry relative="1" as="geometry" />
        </mxCell>
        <mxCell id="cLTC8Ta03XSz9wgc8oL8-14" value="기훈단 서버" style="ellipse;shape=cloud;whiteSpace=wrap;html=1;fillColor=#dae8fc;strokeColor=#6c8ebf;" parent="cLTC8Ta03XSz9wgc8oL8-30" vertex="1">
          <mxGeometry x="750.0000000000001" y="200" width="120" height="80" as="geometry" />
        </mxCell>
        <mxCell id="cLTC8Ta03XSz9wgc8oL8-16" value="Mail Queue" style="html=1;shadow=0;dashed=0;align=center;verticalAlign=middle;shape=mxgraph.arrows2.arrow;dy=0;dx=30;notch=30;fillColor=#f5f5f5;fontColor=#333333;strokeColor=#666666;" parent="cLTC8Ta03XSz9wgc8oL8-30" vertex="1">
          <mxGeometry x="481.59000000000026" y="60" width="190" height="60" as="geometry" />
        </mxCell>
        <mxCell id="cLTC8Ta03XSz9wgc8oL8-17" value="POST" style="edgeStyle=orthogonalEdgeStyle;rounded=0;orthogonalLoop=1;jettySize=auto;html=1;fillColor=#dae8fc;strokeColor=#6c8ebf;" parent="cLTC8Ta03XSz9wgc8oL8-30" source="cLTC8Ta03XSz9wgc8oL8-18" target="cLTC8Ta03XSz9wgc8oL8-23" edge="1">
          <mxGeometry relative="1" as="geometry">
            <mxPoint x="260" y="240" as="targetPoint" />
            <Array as="points">
              <mxPoint x="250" y="230" />
              <mxPoint x="250" y="230" />
            </Array>
          </mxGeometry>
        </mxCell>
        <mxCell id="cLTC8Ta03XSz9wgc8oL8-18" value="Client" style="rounded=1;whiteSpace=wrap;html=1;fillColor=#ffe6cc;strokeColor=#d79b00;" parent="cLTC8Ta03XSz9wgc8oL8-30" vertex="1">
          <mxGeometry x="50" y="210" width="120" height="60" as="geometry" />
        </mxCell>
        <mxCell id="cLTC8Ta03XSz9wgc8oL8-19" value="Mail" style="strokeWidth=2;html=1;shape=mxgraph.flowchart.database;whiteSpace=wrap;fillColor=#f5f5f5;fontColor=#333333;strokeColor=#666666;" parent="cLTC8Ta03XSz9wgc8oL8-30" vertex="1">
          <mxGeometry x="320" y="100" width="60" height="60" as="geometry" />
        </mxCell>
        <mxCell id="cLTC8Ta03XSz9wgc8oL8-20" value="편지 저장" style="edgeStyle=orthogonalEdgeStyle;rounded=0;orthogonalLoop=1;jettySize=auto;html=1;" parent="cLTC8Ta03XSz9wgc8oL8-30" source="cLTC8Ta03XSz9wgc8oL8-23" target="cLTC8Ta03XSz9wgc8oL8-19" edge="1">
          <mxGeometry relative="1" as="geometry" />
        </mxCell>
        <mxCell id="cLTC8Ta03XSz9wgc8oL8-21" value="전송" style="edgeStyle=orthogonalEdgeStyle;rounded=0;orthogonalLoop=1;jettySize=auto;html=1;dashed=1;fillColor=#e1d5e7;strokeColor=#9673a6;" parent="cLTC8Ta03XSz9wgc8oL8-30" source="cLTC8Ta03XSz9wgc8oL8-23" target="cLTC8Ta03XSz9wgc8oL8-26" edge="1">
          <mxGeometry relative="1" as="geometry">
            <mxPoint x="550.0000000000001" y="240" as="targetPoint" />
          </mxGeometry>
        </mxCell>
        <mxCell id="cLTC8Ta03XSz9wgc8oL8-22" value="50ms" style="edgeStyle=orthogonalEdgeStyle;rounded=0;orthogonalLoop=1;jettySize=auto;html=1;strokeColor=#67AB9F;" parent="cLTC8Ta03XSz9wgc8oL8-30" source="cLTC8Ta03XSz9wgc8oL8-23" target="cLTC8Ta03XSz9wgc8oL8-18" edge="1">
          <mxGeometry relative="1" as="geometry">
            <Array as="points">
              <mxPoint x="250" y="250" />
              <mxPoint x="250" y="250" />
            </Array>
          </mxGeometry>
        </mxCell>
        <mxCell id="cLTC8Ta03XSz9wgc8oL8-23" value="/mail" style="rounded=1;whiteSpace=wrap;html=1;" parent="cLTC8Ta03XSz9wgc8oL8-30" vertex="1">
          <mxGeometry x="290" y="210" width="120" height="60" as="geometry" />
        </mxCell>
        <mxCell id="cLTC8Ta03XSz9wgc8oL8-26" value="sendMail" style="ellipse;whiteSpace=wrap;html=1;" parent="cLTC8Ta03XSz9wgc8oL8-30" vertex="1">
          <mxGeometry x="536.2500000000001" y="200" width="120" height="80" as="geometry" />
        </mxCell>
-         <mxCell id="HjyYQR78wkuJb60IUFvB-1" value="DB" style="shape=cylinder3;whiteSpace=wrap;html=1;boundedLbl=1;backgroundOutline=1;size=15;" parent="1" vertex="1">
-           <mxGeometry x="-580" y="575" width="60" height="80" as="geometry" />
+         <mxCell id="HjyYQR78wkuJb60IUFvB-1" value="PostgreSQL" style="shape=cylinder3;whiteSpace=wrap;html=1;boundedLbl=1;backgroundOutline=1;size=15;fillColor=#e1d5e7;strokeColor=#9673a6;" parent="1" vertex="1">
+           <mxGeometry x="-413" y="567.5" width="103" height="95" as="geometry" />
        </mxCell>
        <mxCell id="HjyYQR78wkuJb60IUFvB-27" style="edgeStyle=orthogonalEdgeStyle;rounded=0;orthogonalLoop=1;jettySize=auto;html=1;" parent="1" source="HjyYQR78wkuJb60IUFvB-2" target="HjyYQR78wkuJb60IUFvB-21" edge="1">
          <mxGeometry relative="1" as="geometry" />
        </mxCell>
        <mxCell id="HjyYQR78wkuJb60IUFvB-2" value="bean" style="rounded=0;whiteSpace=wrap;html=1;" parent="1" vertex="1">
          <mxGeometry x="-1310" y="585" width="120" height="60" as="geometry" />
        </mxCell>
        <mxCell id="HjyYQR78wkuJb60IUFvB-5" style="edgeStyle=orthogonalEdgeStyle;rounded=0;orthogonalLoop=1;jettySize=auto;html=1;" parent="1" source="HjyYQR78wkuJb60IUFvB-4" target="HjyYQR78wkuJb60IUFvB-1" edge="1">
          <mxGeometry relative="1" as="geometry" />
        </mxCell>
        <mxCell id="HjyYQR78wkuJb60IUFvB-9" style="edgeStyle=orthogonalEdgeStyle;rounded=0;orthogonalLoop=1;jettySize=auto;html=1;" parent="1" source="HjyYQR78wkuJb60IUFvB-4" target="HjyYQR78wkuJb60IUFvB-6" edge="1">
          <mxGeometry relative="1" as="geometry" />
        </mxCell>
        <mxCell id="HjyYQR78wkuJb60IUFvB-4" value="repository" style="rounded=0;whiteSpace=wrap;html=1;" parent="1" vertex="1">
          <mxGeometry x="-760" y="585" width="120" height="60" as="geometry" />
        </mxCell>
        <mxCell id="HjyYQR78wkuJb60IUFvB-6" value="repository interface" style="rounded=0;whiteSpace=wrap;html=1;" parent="1" vertex="1">
          <mxGeometry x="-930" y="585" width="120" height="60" as="geometry" />
        </mxCell>
        <mxCell id="HjyYQR78wkuJb60IUFvB-12" style="edgeStyle=orthogonalEdgeStyle;rounded=0;orthogonalLoop=1;jettySize=auto;html=1;" parent="1" source="HjyYQR78wkuJb60IUFvB-11" target="HjyYQR78wkuJb60IUFvB-2" edge="1">
          <mxGeometry relative="1" as="geometry" />
        </mxCell>
        <mxCell id="HjyYQR78wkuJb60IUFvB-11" value="server action" style="rounded=0;whiteSpace=wrap;html=1;" parent="1" vertex="1">
          <mxGeometry x="-1550" y="585" width="120" height="60" as="geometry" />
        </mxCell>
        <mxCell id="HjyYQR78wkuJb60IUFvB-13" value="client component" style="rounded=0;whiteSpace=wrap;html=1;" parent="1" vertex="1">
          <mxGeometry x="-2020" y="585" width="120" height="60" as="geometry" />
        </mxCell>
        <mxCell id="HjyYQR78wkuJb60IUFvB-17" style="rounded=0;orthogonalLoop=1;jettySize=auto;html=1;" parent="1" source="HjyYQR78wkuJb60IUFvB-14" target="HjyYQR78wkuJb60IUFvB-2" edge="1">
          <mxGeometry relative="1" as="geometry" />
        </mxCell>
        <mxCell id="HjyYQR78wkuJb60IUFvB-14" value="ssr bridge" style="rounded=0;whiteSpace=wrap;html=1;" parent="1" vertex="1">
          <mxGeometry x="-1550" y="670" width="120" height="60" as="geometry" />
        </mxCell>
        <mxCell id="HjyYQR78wkuJb60IUFvB-16" style="rounded=0;orthogonalLoop=1;jettySize=auto;html=1;" parent="1" source="HjyYQR78wkuJb60IUFvB-15" target="HjyYQR78wkuJb60IUFvB-2" edge="1">
          <mxGeometry relative="1" as="geometry" />
        </mxCell>
        <mxCell id="HjyYQR78wkuJb60IUFvB-15" value="api route" style="rounded=0;whiteSpace=wrap;html=1;" parent="1" vertex="1">
          <mxGeometry x="-1550" y="500" width="120" height="60" as="geometry" />
        </mxCell>
        <mxCell id="HjyYQR78wkuJb60IUFvB-22" style="edgeStyle=orthogonalEdgeStyle;rounded=0;orthogonalLoop=1;jettySize=auto;html=1;" parent="1" source="HjyYQR78wkuJb60IUFvB-21" target="HjyYQR78wkuJb60IUFvB-6" edge="1">
          <mxGeometry relative="1" as="geometry" />
        </mxCell>
+         <mxCell id="Upm6PCn5BPKzZfiTRTz7-5" style="edgeStyle=orthogonalEdgeStyle;rounded=0;orthogonalLoop=1;jettySize=auto;html=1;" edge="1" parent="1" source="HjyYQR78wkuJb60IUFvB-21" target="Upm6PCn5BPKzZfiTRTz7-4">
+           <mxGeometry relative="1" as="geometry" />
+         </mxCell>
        <mxCell id="HjyYQR78wkuJb60IUFvB-21" value="service" style="rounded=0;whiteSpace=wrap;html=1;" parent="1" vertex="1">
          <mxGeometry x="-1120" y="585" width="120" height="60" as="geometry" />
        </mxCell>
        <mxCell id="HjyYQR78wkuJb60IUFvB-31" value="controller" style="text;html=1;align=center;verticalAlign=middle;whiteSpace=wrap;rounded=0;" parent="1" vertex="1">
          <mxGeometry x="-1520" y="420" width="60" height="30" as="geometry" />
        </mxCell>
        <mxCell id="HjyYQR78wkuJb60IUFvB-36" value="Backend" style="text;html=1;align=center;verticalAlign=middle;whiteSpace=wrap;rounded=0;" parent="1" vertex="1">
          <mxGeometry x="-1095" y="320" width="60" height="30" as="geometry" />
        </mxCell>
        <mxCell id="HjyYQR78wkuJb60IUFvB-38" value="service" style="text;html=1;align=center;verticalAlign=middle;whiteSpace=wrap;rounded=0;" parent="1" vertex="1">
          <mxGeometry x="-1090" y="420" width="60" height="30" as="geometry" />
        </mxCell>
        <mxCell id="HjyYQR78wkuJb60IUFvB-50" style="edgeStyle=orthogonalEdgeStyle;rounded=0;orthogonalLoop=1;jettySize=auto;html=1;" parent="1" source="HjyYQR78wkuJb60IUFvB-41" target="HjyYQR78wkuJb60IUFvB-13" edge="1">
          <mxGeometry relative="1" as="geometry" />
        </mxCell>
        <mxCell id="HjyYQR78wkuJb60IUFvB-41" value="server component" style="rounded=0;whiteSpace=wrap;html=1;" parent="1" vertex="1">
          <mxGeometry x="-2020" y="670" width="120" height="60" as="geometry" />
        </mxCell>
        <mxCell id="HjyYQR78wkuJb60IUFvB-47" value="Frontend" style="text;html=1;align=center;verticalAlign=middle;whiteSpace=wrap;rounded=0;" parent="1" vertex="1">
          <mxGeometry x="-2020" y="320" width="60" height="30" as="geometry" />
        </mxCell>
        <mxCell id="HjyYQR78wkuJb60IUFvB-58" value=":3000" style="edgeStyle=orthogonalEdgeStyle;rounded=0;orthogonalLoop=1;jettySize=auto;html=1;" parent="1" source="HjyYQR78wkuJb60IUFvB-51" target="HjyYQR78wkuJb60IUFvB-56" edge="1">
          <mxGeometry relative="1" as="geometry" />
        </mxCell>
        <mxCell id="HjyYQR78wkuJb60IUFvB-60" style="edgeStyle=orthogonalEdgeStyle;rounded=0;orthogonalLoop=1;jettySize=auto;html=1;" parent="1" source="HjyYQR78wkuJb60IUFvB-51" target="HjyYQR78wkuJb60IUFvB-59" edge="1">
          <mxGeometry relative="1" as="geometry" />
        </mxCell>
        <mxCell id="HjyYQR78wkuJb60IUFvB-51" value="nginx" style="rounded=0;whiteSpace=wrap;html=1;" parent="1" vertex="1">
          <mxGeometry x="-2460" y="505" width="120" height="60" as="geometry" />
        </mxCell>
        <mxCell id="HjyYQR78wkuJb60IUFvB-54" value="https" style="edgeStyle=orthogonalEdgeStyle;rounded=0;orthogonalLoop=1;jettySize=auto;html=1;" parent="1" source="HjyYQR78wkuJb60IUFvB-52" target="HjyYQR78wkuJb60IUFvB-51" edge="1">
          <mxGeometry relative="1" as="geometry" />
        </mxCell>
        <mxCell id="HjyYQR78wkuJb60IUFvB-52" value="user" style="shape=umlActor;verticalLabelPosition=bottom;verticalAlign=top;html=1;outlineConnect=0;" parent="1" vertex="1">
          <mxGeometry x="-2650" y="505" width="30" height="60" as="geometry" />
        </mxCell>
        <mxCell id="HjyYQR78wkuJb60IUFvB-57" value="rokafmail.kr:3000" style="text;html=1;align=center;verticalAlign=middle;whiteSpace=wrap;rounded=0;" parent="1" vertex="1">
          <mxGeometry x="-1280" y="225" width="60" height="30" as="geometry" />
        </mxCell>
-         <mxCell id="HjyYQR78wkuJb60IUFvB-66" value="Action Response" style="rounded=0;whiteSpace=wrap;html=1;fillColor=#f5f5f5;fontColor=#333333;strokeColor=none;" parent="1" vertex="1">
-           <mxGeometry x="-1810" y="580" width="120" height="160" as="geometry" />
+         <mxCell id="HjyYQR78wkuJb60IUFvB-66" value="Action Response" style="rounded=0;whiteSpace=wrap;html=1;fillColor=#d5e8d4;strokeColor=none;" parent="1" vertex="1">
+           <mxGeometry x="-1810" y="585" width="120" height="160" as="geometry" />
        </mxCell>
        <mxCell id="HjyYQR78wkuJb60IUFvB-59" value="maintenance.html" style="rounded=0;whiteSpace=wrap;html=1;" parent="1" vertex="1">
          <mxGeometry x="-2460" y="390" width="120" height="60" as="geometry" />
        </mxCell>
        <mxCell id="HjyYQR78wkuJb60IUFvB-75" style="edgeStyle=orthogonalEdgeStyle;rounded=0;orthogonalLoop=1;jettySize=auto;html=1;" parent="1" source="HjyYQR78wkuJb60IUFvB-72" target="HjyYQR78wkuJb60IUFvB-74" edge="1">
          <mxGeometry relative="1" as="geometry" />
        </mxCell>
        <mxCell id="HjyYQR78wkuJb60IUFvB-72" value="view" style="rounded=0;whiteSpace=wrap;html=1;" parent="1" vertex="1">
-           <mxGeometry x="-2390" y="1130" width="120" height="60" as="geometry" />
+           <mxGeometry x="-2450" y="1300" width="120" height="60" as="geometry" />
        </mxCell>
        <mxCell id="HjyYQR78wkuJb60IUFvB-77" style="edgeStyle=orthogonalEdgeStyle;rounded=0;orthogonalLoop=1;jettySize=auto;html=1;" parent="1" source="HjyYQR78wkuJb60IUFvB-74" target="HjyYQR78wkuJb60IUFvB-76" edge="1">
          <mxGeometry relative="1" as="geometry" />
        </mxCell>
        <mxCell id="HjyYQR78wkuJb60IUFvB-74" value="viewmodel" style="rounded=0;whiteSpace=wrap;html=1;" parent="1" vertex="1">
-           <mxGeometry x="-2188" y="1130" width="120" height="60" as="geometry" />
+           <mxGeometry x="-2248" y="1300" width="120" height="60" as="geometry" />
        </mxCell>
        <mxCell id="HjyYQR78wkuJb60IUFvB-76" value="model" style="rounded=0;whiteSpace=wrap;html=1;" parent="1" vertex="1">
-           <mxGeometry x="-2000" y="1130" width="120" height="60" as="geometry" />
+           <mxGeometry x="-2060" y="1300" width="120" height="60" as="geometry" />
        </mxCell>
        <mxCell id="Upm6PCn5BPKzZfiTRTz7-1" style="edgeStyle=orthogonalEdgeStyle;rounded=0;orthogonalLoop=1;jettySize=auto;html=1;" edge="1" parent="1" source="HjyYQR78wkuJb60IUFvB-13" target="HjyYQR78wkuJb60IUFvB-11">
          <mxGeometry relative="1" as="geometry" />
        </mxCell>
        <mxCell id="Upm6PCn5BPKzZfiTRTz7-2" style="edgeStyle=orthogonalEdgeStyle;rounded=0;orthogonalLoop=1;jettySize=auto;html=1;" edge="1" parent="1" source="HjyYQR78wkuJb60IUFvB-41" target="HjyYQR78wkuJb60IUFvB-14">
          <mxGeometry relative="1" as="geometry" />
+         </mxCell>
+         <mxCell id="Upm6PCn5BPKzZfiTRTz7-4" value="airforce.mil" style="ellipse;shape=cloud;whiteSpace=wrap;html=1;fillColor=#dae8fc;strokeColor=#6c8ebf;" vertex="1" parent="1">
+           <mxGeometry x="-1140" y="900" width="160" height="100" as="geometry" />
        </mxCell>
      </root>
    </mxGraphModel>
  </diagram>
</mxfile>
